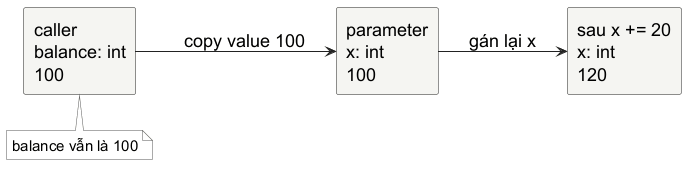
Above: assets/diagrams/pointer-value-call.png in Minhlike/Golang (PlantUML), before the change.
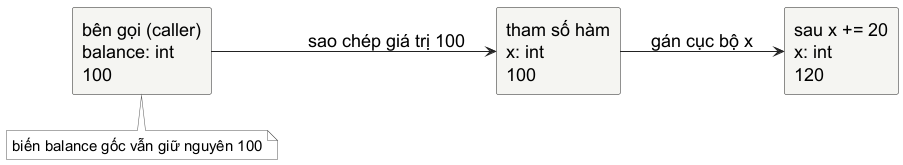
Above is the later version.

Diff of the diagram source:
```diff
@@ -19,10 +19,10 @@
   FontSize 15
 }
 left to right direction
-rectangle "caller\nbalance: int\n100" as caller
-rectangle "parameter\nx: int\n100" as parameter
+rectangle "bên gọi (caller)\nbalance: int\n100" as caller
+rectangle "tham số hàm\nx: int\n100" as parameter
 rectangle "sau x += 20\nx: int\n120" as changed
-caller --> parameter : copy value 100
-parameter --> changed : gán lại x
-note bottom of caller : balance vẫn là 100
+caller --> parameter : sao chép giá trị 100
+parameter --> changed : gán cục bộ x
+note bottom of caller : biến balance gốc vẫn giữ nguyên 100
 @enduml
```
